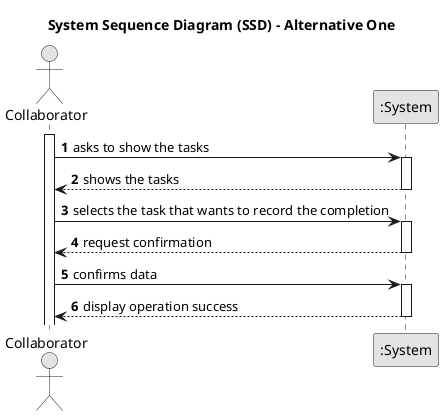
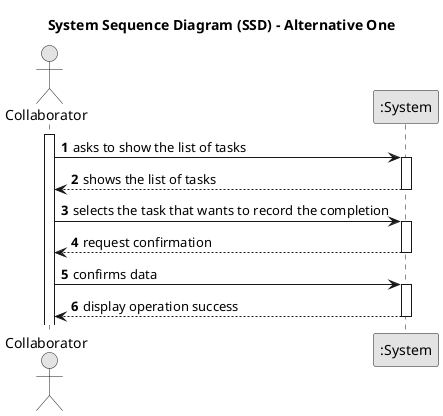
@startuml
skinparam monochrome true
skinparam packageStyle rectangle
skinparam shadowing false

title System Sequence Diagram (SSD) - Alternative One

autonumber

actor "Collaborator" as Collaborator
participant ":System" as System

activate Collaborator

-     Collaborator -> System : asks to show the tasks
+     Collaborator -> System : asks to show the list of tasks
    activate System

-     System --> Collaborator : shows the tasks
+     System --> Collaborator : shows the list of tasks
    deactivate System

    Collaborator -> System : selects the task that wants to record the completion
    activate System

    System --> Collaborator : request confirmation
    deactivate System

    Collaborator -> System : confirms data
    activate System

    System --> Collaborator : display operation success
    deactivate System
@enduml